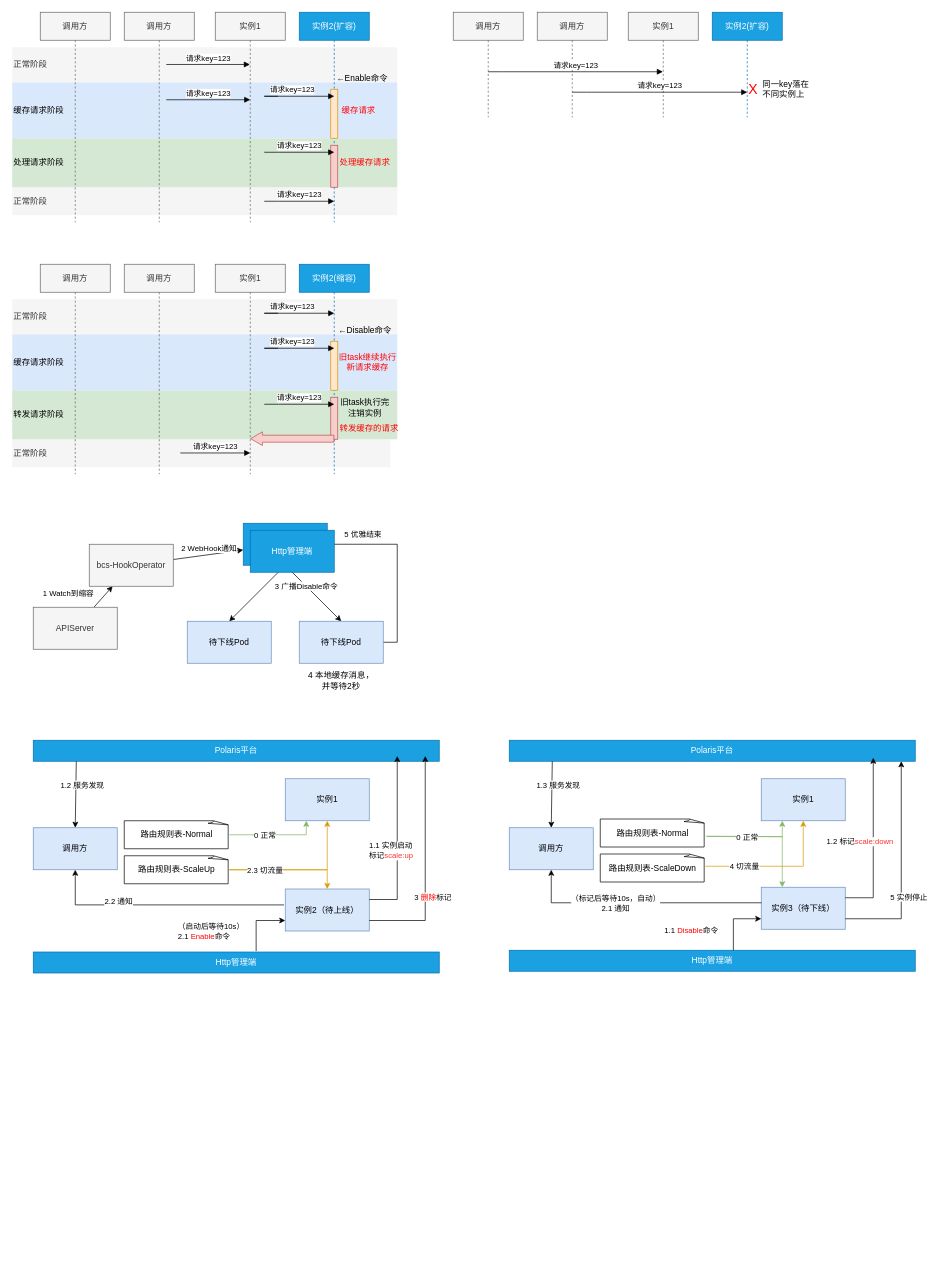
The draw.io diagram page "优雅机制" (4 of 6) of 业务上云.drawio in myfreejoey/picgo, before the edit. Source tidied: cells renumbered, new cells numbered last; positions are measured from the earlier drawing's top-left corner, leaving out a move shared by most shapes. Both pictures are drawn from the tidied source at 70%, with x=0, y=0 at pixel (12, 12).
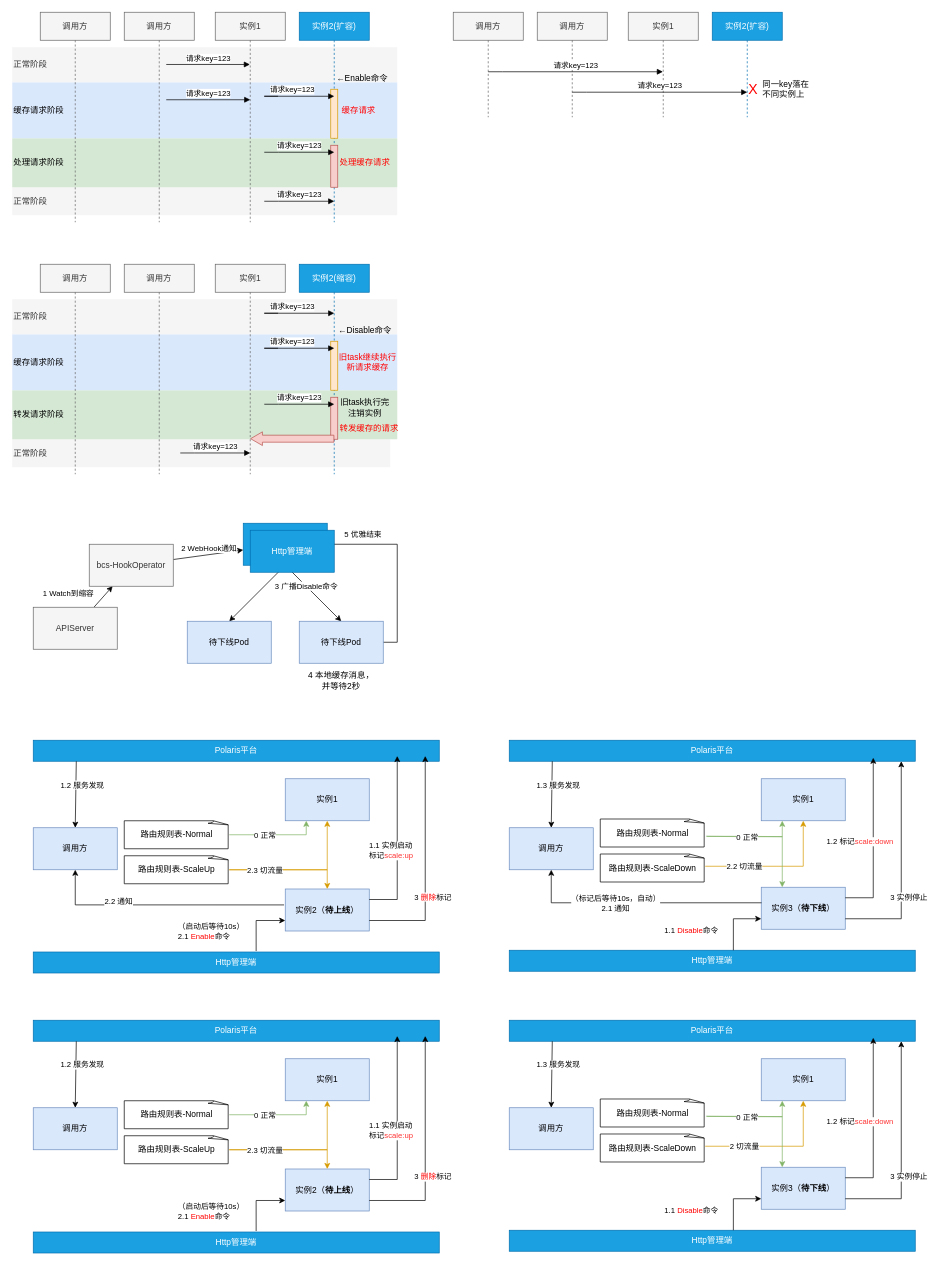
The same page after the edit.

Commit message (it also covers changes not shown here):
更新业务上云.drawio

Unchanged cells that the change refers to:
```xml
<mxCell id="70" style="edgeStyle=orthogonalEdgeStyle;rounded=0;jettySize=auto;html=1;entryX=0.5;entryY=1;entryDx=0;entryDy=0;fillColor=#ffe6cc;strokeColor=#d79b00;" parent="1" edge="1" target="62">
  <mxGeometry relative="1" as="geometry">
    <mxPoint x="990" y="1220" as="sourcePoint" />
    <Array as="points">
      <mxPoint x="1130" y="1220" />
    </Array>
  </mxGeometry>
</mxCell>
<mxCell id="80" style="rounded=0;jettySize=auto;html=1;edgeStyle=orthogonalEdgeStyle;exitX=1;exitY=0.75;exitDx=0;exitDy=0;" parent="1" edge="1" source="63">
  <mxGeometry relative="1" as="geometry">
    <mxPoint x="1270" y="1070" as="targetPoint" />
    <Array as="points">
      <mxPoint x="1270" y="1295" />
    </Array>
  </mxGeometry>
</mxCell>
```

The edit, as a diff of the source:
```diff
@@
-    <mxCell id="63" value="实例3（待下线）" style="rounded=0;whiteSpace=wrap;html=1;fillColor=#dae8fc;strokeColor=#6c8ebf;" parent="1" vertex="1">
+    <mxCell id="63" value="实例3（&lt;b&gt;待下线&lt;/b&gt;）" style="rounded=0;whiteSpace=wrap;html=1;fillColor=#dae8fc;strokeColor=#6c8ebf;" parent="1" vertex="1">
       <mxGeometry x="1070" y="1250" width="120" height="60" as="geometry" />
     </mxCell>
@@
-    <mxCell id="71" value="4 切流量" style="edgeLabel;html=1;align=center;verticalAlign=middle;" parent="70" vertex="1">
+    <mxCell id="71" value="2.2 切流量" style="edgeLabel;html=1;align=center;verticalAlign=middle;" parent="70" vertex="1">
       <mxGeometry x="-0.46" relative="1" as="geometry" />
     </mxCell>
@@
-    <mxCell id="81" value="&lt;div style=&quot;text-align: left;&quot;&gt;5 实例停止&lt;/div&gt;" style="edgeLabel;html=1;align=center;verticalAlign=middle;" parent="80" vertex="1">
+    <mxCell id="81" value="&lt;div style=&quot;text-align: left;&quot;&gt;3 实例停止&lt;/div&gt;" style="edgeLabel;html=1;align=center;verticalAlign=middle;" parent="80" vertex="1">
       <mxGeometry x="-0.47" y="-1" relative="1" as="geometry">
         <mxPoint x="9" y="-31" as="offset" />
       </mxGeometry>
     </mxCell>
@@
-    <mxCell id="86" value="实例2（待上线）" style="rounded=0;whiteSpace=wrap;html=1;fillColor=#dae8fc;strokeColor=#6c8ebf;" parent="1" vertex="1">
+    <mxCell id="86" value="实例2（&lt;b&gt;待上线&lt;/b&gt;）" style="rounded=0;whiteSpace=wrap;html=1;fillColor=#dae8fc;strokeColor=#6c8ebf;" parent="1" vertex="1">
       <mxGeometry x="390" y="1252.5" width="120" height="60" as="geometry" />
     </mxCell>
@@
+    <mxCell id="106" value="调用方" style="rounded=0;whiteSpace=wrap;html=1;fillColor=#dae8fc;strokeColor=#6c8ebf;" parent="1" vertex="1">
+      <mxGeometry x="710" y="1565" width="120" height="60" as="geometry" />
+    </mxCell>
+    <mxCell id="107" value="实例1" style="rounded=0;whiteSpace=wrap;html=1;fillColor=#dae8fc;strokeColor=#6c8ebf;" parent="1" vertex="1">
+      <mxGeometry x="1070" y="1495" width="120" height="60" as="geometry" />
+    </mxCell>
+    <mxCell id="108" value="实例3（&lt;b&gt;待下线&lt;/b&gt;）" style="rounded=0;whiteSpace=wrap;html=1;fillColor=#dae8fc;strokeColor=#6c8ebf;" parent="1" vertex="1">
+      <mxGeometry x="1070" y="1650" width="120" height="60" as="geometry" />
+    </mxCell>
+    <mxCell id="109" value="Polaris平台" style="rounded=0;whiteSpace=wrap;html=1;fillColor=#1ba1e2;strokeColor=#006EAF;fontColor=#ffffff;" parent="1" vertex="1">
+      <mxGeometry x="710" y="1440" width="580" height="30" as="geometry" />
+    </mxCell>
+    <mxCell id="110" style="rounded=0;jettySize=auto;html=1;edgeStyle=orthogonalEdgeStyle;exitX=1;exitY=0.25;exitDx=0;exitDy=0;" parent="1" edge="1" source="108">
+      <mxGeometry relative="1" as="geometry">
+        <mxPoint x="1230" y="1465" as="targetPoint" />
+        <Array as="points">
+          <mxPoint x="1230" y="1665" />
+        </Array>
+      </mxGeometry>
+    </mxCell>
+    <mxCell id="111" value="&lt;div style=&quot;text-align: left;&quot;&gt;1.2 标记&lt;font color=&quot;#ff3333&quot;&gt;scale:down&lt;/font&gt;&lt;/div&gt;" style="edgeLabel;html=1;align=center;verticalAlign=middle;" parent="110" vertex="1">
+      <mxGeometry x="-0.47" y="-1" relative="1" as="geometry">
+        <mxPoint x="-21" y="-57" as="offset" />
+      </mxGeometry>
+    </mxCell>
+    <mxCell id="112" style="rounded=0;jettySize=auto;html=1;exitX=0.106;exitY=1.002;exitDx=0;exitDy=0;entryX=0.5;entryY=0;entryDx=0;entryDy=0;exitPerimeter=0;" parent="1" edge="1" source="109" target="106">
+      <mxGeometry relative="1" as="geometry" />
+    </mxCell>
+    <mxCell id="113" value="&lt;div style=&quot;text-align: left;&quot;&gt;1.3 服务发现&lt;/div&gt;" style="edgeLabel;html=1;align=center;verticalAlign=middle;" parent="112" vertex="1">
+      <mxGeometry x="-0.47" y="-1" relative="1" as="geometry">
+        <mxPoint x="9" y="8" as="offset" />
+      </mxGeometry>
+    </mxCell>
+    <mxCell id="114" style="edgeStyle=orthogonalEdgeStyle;rounded=0;jettySize=auto;html=1;entryX=0.25;entryY=1;entryDx=0;entryDy=0;exitX=1.017;exitY=0.561;exitDx=0;exitDy=0;exitPerimeter=0;fillColor=#d5e8d4;strokeColor=#82b366;" parent="1" edge="1" target="107">
+      <mxGeometry relative="1" as="geometry">
+        <mxPoint x="992.6" y="1577.4" as="sourcePoint" />
+      </mxGeometry>
+    </mxCell>
+    <mxCell id="115" style="edgeStyle=orthogonalEdgeStyle;rounded=0;jettySize=auto;html=1;entryX=0.5;entryY=1;entryDx=0;entryDy=0;fillColor=#ffe6cc;strokeColor=#d79b00;" parent="1" edge="1" target="107">
+      <mxGeometry relative="1" as="geometry">
+        <mxPoint x="990" y="1620" as="sourcePoint" />
+        <Array as="points">
+          <mxPoint x="1130" y="1620" />
+        </Array>
+      </mxGeometry>
+    </mxCell>
+    <mxCell id="116" value="2 切流量" style="edgeLabel;html=1;align=center;verticalAlign=middle;" parent="115" vertex="1">
+      <mxGeometry x="-0.46" relative="1" as="geometry" />
+    </mxCell>
+    <mxCell id="117" style="edgeStyle=orthogonalEdgeStyle;rounded=0;jettySize=auto;html=1;entryX=0.25;entryY=0;entryDx=0;entryDy=0;exitX=1.006;exitY=0.553;exitDx=0;exitDy=0;exitPerimeter=0;fillColor=#d5e8d4;strokeColor=#82b366;" parent="1" edge="1" target="108">
+      <mxGeometry relative="1" as="geometry">
+        <mxPoint x="990.9" y="1577.1" as="sourcePoint" />
+      </mxGeometry>
+    </mxCell>
+    <mxCell id="118" value="0 正常" style="edgeLabel;html=1;align=center;verticalAlign=middle;" parent="117" vertex="1">
+      <mxGeometry x="-0.32" y="-1" relative="1" as="geometry">
+        <mxPoint x="-3" as="offset" />
+      </mxGeometry>
+    </mxCell>
+    <mxCell id="119" value="路由规则表-Normal" style="whiteSpace=wrap;html=1;shape=mxgraph.basic.document;" parent="1" vertex="1">
+      <mxGeometry x="840" y="1552.5" width="150" height="40" as="geometry" />
+    </mxCell>
+    <mxCell id="120" value="路由规则表-ScaleDown" style="whiteSpace=wrap;html=1;shape=mxgraph.basic.document;" parent="1" vertex="1">
+      <mxGeometry x="840" y="1602.5" width="150" height="40" as="geometry" />
+    </mxCell>
+    <mxCell id="121" value="Http管理端" style="rounded=0;whiteSpace=wrap;html=1;fillColor=#1ba1e2;strokeColor=#006EAF;fontColor=#ffffff;" parent="1" vertex="1">
+      <mxGeometry x="710" y="1740" width="580" height="30" as="geometry" />
+    </mxCell>
+    <mxCell id="122" style="rounded=0;jettySize=auto;html=1;edgeStyle=orthogonalEdgeStyle;exitX=1;exitY=0.75;exitDx=0;exitDy=0;" parent="1" edge="1" source="108">
+      <mxGeometry relative="1" as="geometry">
+        <mxPoint x="1270" y="1470" as="targetPoint" />
+        <Array as="points">
+          <mxPoint x="1270" y="1695" />
+        </Array>
+      </mxGeometry>
+    </mxCell>
+    <mxCell id="123" value="&lt;div style=&quot;text-align: left;&quot;&gt;3 实例停止&lt;/div&gt;" style="edgeLabel;html=1;align=center;verticalAlign=middle;" parent="122" vertex="1">
+      <mxGeometry x="-0.47" y="-1" relative="1" as="geometry">
+        <mxPoint x="9" y="-31" as="offset" />
+      </mxGeometry>
+    </mxCell>
+    <mxCell id="124" style="edgeStyle=orthogonalEdgeStyle;rounded=0;jettySize=auto;html=1;entryX=0;entryY=0.75;entryDx=0;entryDy=0;exitX=0.552;exitY=0;exitDx=0;exitDy=0;exitPerimeter=0;" parent="1" edge="1" source="121" target="108">
+      <mxGeometry relative="1" as="geometry" />
+    </mxCell>
+    <mxCell id="125" value="1.1&amp;nbsp;&lt;font style=&quot;border-color: var(--border-color);&quot; color=&quot;#ff0000&quot;&gt;Disable&lt;/font&gt;命令" style="edgeLabel;html=1;align=left;verticalAlign=middle;" parent="124" vertex="1">
+      <mxGeometry x="-0.09" y="-1" relative="1" as="geometry">
+        <mxPoint x="-101" y="10" as="offset" />
+      </mxGeometry>
+    </mxCell>
+    <mxCell id="126" value="调用方" style="rounded=0;whiteSpace=wrap;html=1;fillColor=#dae8fc;strokeColor=#6c8ebf;" parent="1" vertex="1">
+      <mxGeometry x="30" y="1565" width="120" height="60" as="geometry" />
+    </mxCell>
+    <mxCell id="127" value="实例1" style="rounded=0;whiteSpace=wrap;html=1;fillColor=#dae8fc;strokeColor=#6c8ebf;" parent="1" vertex="1">
+      <mxGeometry x="390" y="1495" width="120" height="60" as="geometry" />
+    </mxCell>
+    <mxCell id="128" value="实例2（&lt;b&gt;待上线&lt;/b&gt;）" style="rounded=0;whiteSpace=wrap;html=1;fillColor=#dae8fc;strokeColor=#6c8ebf;" parent="1" vertex="1">
+      <mxGeometry x="390" y="1652.5" width="120" height="60" as="geometry" />
+    </mxCell>
+    <mxCell id="129" value="Polaris平台" style="rounded=0;whiteSpace=wrap;html=1;fillColor=#1ba1e2;strokeColor=#006EAF;fontColor=#ffffff;" parent="1" vertex="1">
+      <mxGeometry x="30" y="1440" width="580" height="30" as="geometry" />
+    </mxCell>
+    <mxCell id="130" style="rounded=0;jettySize=auto;html=1;edgeStyle=orthogonalEdgeStyle;exitX=1;exitY=0.25;exitDx=0;exitDy=0;" parent="1" edge="1" source="128">
+      <mxGeometry relative="1" as="geometry">
+        <mxPoint x="550" y="1462.5" as="targetPoint" />
+        <Array as="points">
+          <mxPoint x="550" y="1667.5" />
+        </Array>
+      </mxGeometry>
+    </mxCell>
+    <mxCell id="131" value="&lt;div style=&quot;text-align: left;&quot;&gt;1.1 实例启动&lt;/div&gt;&lt;div style=&quot;text-align: left;&quot;&gt;标记&lt;font color=&quot;#ff3333&quot;&gt;scale:up&lt;/font&gt;&lt;/div&gt;" style="edgeLabel;html=1;align=center;verticalAlign=middle;" parent="130" vertex="1">
+      <mxGeometry x="-0.47" y="-1" relative="1" as="geometry">
+        <mxPoint x="-11" y="-45" as="offset" />
+      </mxGeometry>
+    </mxCell>
+    <mxCell id="132" style="rounded=0;jettySize=auto;html=1;exitX=0.106;exitY=1.002;exitDx=0;exitDy=0;entryX=0.5;entryY=0;entryDx=0;entryDy=0;exitPerimeter=0;" parent="1" edge="1" source="129" target="126">
+      <mxGeometry relative="1" as="geometry" />
+    </mxCell>
+    <mxCell id="133" value="&lt;div style=&quot;text-align: left;&quot;&gt;1.2 服务发现&lt;/div&gt;" style="edgeLabel;html=1;align=center;verticalAlign=middle;" parent="132" vertex="1">
+      <mxGeometry x="-0.47" y="-1" relative="1" as="geometry">
+        <mxPoint x="9" y="8" as="offset" />
+      </mxGeometry>
+    </mxCell>
+    <mxCell id="134" style="edgeStyle=orthogonalEdgeStyle;rounded=0;jettySize=auto;html=1;entryX=0.25;entryY=1;entryDx=0;entryDy=0;fillColor=#d5e8d4;strokeColor=#82b366;exitX=1;exitY=0.5;exitDx=0;exitDy=0;exitPerimeter=0;" parent="1" edge="1" source="141" target="127">
+      <mxGeometry relative="1" as="geometry" />
+    </mxCell>
+    <mxCell id="135" value="0 正常" style="edgeLabel;html=1;align=center;verticalAlign=middle;" parent="134" vertex="1">
+      <mxGeometry x="-0.31" y="2" relative="1" as="geometry">
+        <mxPoint x="5" y="2" as="offset" />
+      </mxGeometry>
+    </mxCell>
+    <mxCell id="136" style="edgeStyle=orthogonalEdgeStyle;rounded=0;jettySize=auto;html=1;entryX=0.5;entryY=1;entryDx=0;entryDy=0;fillColor=#ffe6cc;strokeColor=#d79b00;exitX=1;exitY=0.5;exitDx=0;exitDy=0;exitPerimeter=0;" parent="1" edge="1" source="142" target="127">
+      <mxGeometry relative="1" as="geometry">
+        <Array as="points">
+          <mxPoint x="450" y="1625.5" />
+        </Array>
+      </mxGeometry>
+    </mxCell>
+    <mxCell id="137" style="edgeStyle=orthogonalEdgeStyle;rounded=0;jettySize=auto;html=1;entryX=0;entryY=0.75;entryDx=0;entryDy=0;exitX=0.549;exitY=-0.044;exitDx=0;exitDy=0;exitPerimeter=0;" parent="1" edge="1" source="143" target="128">
+      <mxGeometry relative="1" as="geometry" />
+    </mxCell>
+    <mxCell id="138" value="（启动后等待10s）&lt;br&gt;2.1&amp;nbsp;&lt;font color=&quot;#ff0000&quot;&gt;Enable&lt;/font&gt;命令" style="edgeLabel;html=1;align=left;verticalAlign=middle;" parent="137" vertex="1">
+      <mxGeometry x="-0.09" y="-1" relative="1" as="geometry">
+        <mxPoint x="-114" y="10" as="offset" />
+      </mxGeometry>
+    </mxCell>
+    <mxCell id="139" style="edgeStyle=orthogonalEdgeStyle;rounded=0;jettySize=auto;html=1;entryX=0.5;entryY=0;entryDx=0;entryDy=0;fillColor=#ffe6cc;strokeColor=#d79b00;exitX=1;exitY=0.5;exitDx=0;exitDy=0;exitPerimeter=0;" parent="1" edge="1" source="142" target="128">
+      <mxGeometry relative="1" as="geometry">
+        <Array as="points">
+          <mxPoint x="450" y="1625.5" />
+        </Array>
+      </mxGeometry>
+    </mxCell>
+    <mxCell id="140" value="2.3 切流量" style="edgeLabel;html=1;align=center;verticalAlign=middle;" parent="139" vertex="1">
+      <mxGeometry x="-0.16" relative="1" as="geometry">
+        <mxPoint x="-20" as="offset" />
+      </mxGeometry>
+    </mxCell>
+    <mxCell id="141" value="路由规则表-Normal" style="whiteSpace=wrap;html=1;shape=mxgraph.basic.document;" parent="1" vertex="1">
+      <mxGeometry x="160" y="1555" width="150" height="40" as="geometry" />
+    </mxCell>
+    <mxCell id="142" value="路由规则表-ScaleUp" style="whiteSpace=wrap;html=1;shape=mxgraph.basic.document;" parent="1" vertex="1">
+      <mxGeometry x="160" y="1605" width="150" height="40" as="geometry" />
+    </mxCell>
+    <mxCell id="143" value="Http管理端" style="rounded=0;whiteSpace=wrap;html=1;fillColor=#1ba1e2;strokeColor=#006EAF;fontColor=#ffffff;" parent="1" vertex="1">
+      <mxGeometry x="30" y="1742.5" width="580" height="30" as="geometry" />
+    </mxCell>
+    <mxCell id="144" style="rounded=0;jettySize=auto;html=1;edgeStyle=orthogonalEdgeStyle;exitX=1;exitY=0.75;exitDx=0;exitDy=0;" parent="1" edge="1" source="128">
+      <mxGeometry relative="1" as="geometry">
+        <mxPoint x="590" y="1462.5" as="targetPoint" />
+        <Array as="points">
+          <mxPoint x="590" y="1697.5" />
+        </Array>
+      </mxGeometry>
+    </mxCell>
+    <mxCell id="145" value="&lt;div style=&quot;text-align: left;&quot;&gt;3&amp;nbsp;&lt;font color=&quot;#ff0000&quot;&gt;删除&lt;/font&gt;标记&lt;/div&gt;" style="edgeLabel;html=1;align=center;verticalAlign=middle;" parent="144" vertex="1">
+      <mxGeometry x="-0.47" y="-1" relative="1" as="geometry">
+        <mxPoint x="9" y="-31" as="offset" />
+      </mxGeometry>
+    </mxCell>
```
